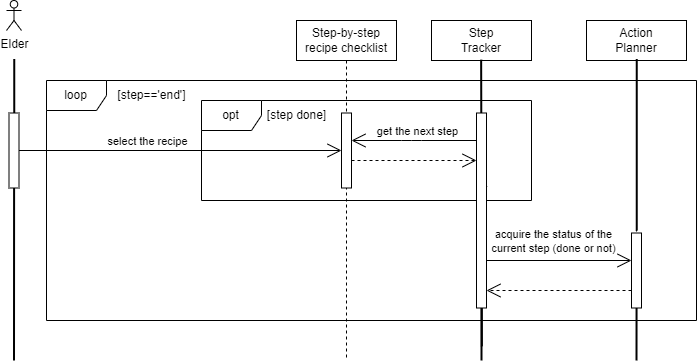
The draw.io diagram src/recipe_tracking/diagrams/sequence_diagram.png in ignithor/Assignment_Cogar_Group_C, before a commit. Source tidied: cells renumbered, new cells last; positions are measured from the earlier drawing's top-left corner, leaving out a move shared by most shapes.
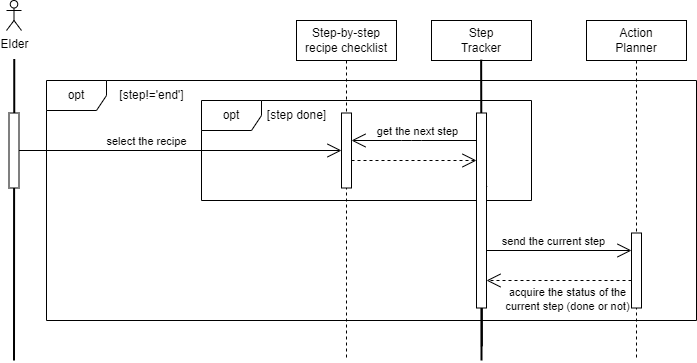
After the change.

Commit message:
fix: recipe_tracking/fix sequence diagram.

Change to the diagram source:
```diff
@@ -2,10 +2,10 @@
   <root>
     <mxCell id="0" />
     <mxCell id="1" parent="0" />
-    <mxCell id="2" value="loop" style="shape=umlFrame;whiteSpace=wrap;html=1;" parent="1" vertex="1">
+    <mxCell id="2" value="opt" style="shape=umlFrame;whiteSpace=wrap;html=1;" parent="1" vertex="1">
       <mxGeometry x="40" y="80" width="650" height="240" as="geometry" />
     </mxCell>
-    <mxCell id="3" value="[step=='end']" style="text;html=1;align=center;verticalAlign=middle;strokeColor=none;fillColor=none;" parent="1" vertex="1">
+    <mxCell id="3" value="[step!='end']" style="text;html=1;align=center;verticalAlign=middle;strokeColor=none;fillColor=none;" parent="1" vertex="1">
       <mxGeometry x="100" y="80" width="90" height="30" as="geometry" />
     </mxCell>
     <mxCell id="4" value="opt" style="shape=umlFrame;whiteSpace=wrap;html=1;" parent="1" vertex="1">
@@ -38,22 +38,23 @@
         <mxPoint x="475.4" y="345.8" as="targetPoint" />
       </mxGeometry>
     </mxCell>
-    <mxCell id="12" style="endArrow=open;endSize=12;dashed=1;html=1;" parent="1" edge="1" source="21">
+    <mxCell id="12" style="endArrow=open;endSize=12;dashed=1;html=1;" parent="1" edge="1">
       <mxGeometry relative="1" as="geometry">
-        <mxPoint x="480" y="290" as="targetPoint" />
+        <mxPoint x="625" y="280" as="sourcePoint" />
+        <mxPoint x="480" y="280" as="targetPoint" />
       </mxGeometry>
     </mxCell>
+    <mxCell id="30" value="&lt;span style=&quot;color: rgb(0, 0, 0);&quot;&gt;acquire the status of&amp;nbsp;&lt;/span&gt;&lt;span style=&quot;background-color: light-dark(#ffffff, var(--ge-dark-color, #121212));&quot;&gt;the&lt;/span&gt;&lt;div&gt;&lt;span style=&quot;background-color: light-dark(#ffffff, var(--ge-dark-color, #121212));&quot;&gt;current step (done or not)&lt;/span&gt;&lt;/div&gt;" style="edgeLabel;html=1;align=center;verticalAlign=middle;" parent="12" vertex="1">
+      <mxGeometry x="0.48" y="-2" relative="1" as="geometry">
+        <mxPoint x="42" y="20" as="offset" />
+      </mxGeometry>
+    </mxCell>
     <mxCell id="13" style="endArrow=open;endSize=12;dashed=1;html=1;" parent="1" edge="1">
       <mxGeometry relative="1" as="geometry">
         <mxPoint x="345" y="160" as="sourcePoint" />
         <mxPoint x="470" y="160" as="targetPoint" />
       </mxGeometry>
     </mxCell>
-    <mxCell id="14" style="endArrow=none;startArrow=none;endFill=0;startFill=0;endSize=8;html=1;verticalAlign=bottom;labelBackgroundColor=none;strokeWidth=2;exitX=0.513;exitY=0.154;exitDx=0;exitDy=0;exitPerimeter=0;" parent="1" edge="1" source="21">
-      <mxGeometry relative="1" as="geometry">
-        <mxPoint x="630" y="360" as="targetPoint" />
-      </mxGeometry>
-    </mxCell>
     <mxCell id="15" style="html=1;verticalAlign=bottom;endArrow=block;curved=0;rounded=0;exitX=0.851;exitY=0.14;exitDx=0;exitDy=0;exitPerimeter=0;fontStyle=1;" parent="1" edge="1" target="16">
       <mxGeometry relative="1" as="geometry">
         <mxPoint x="476.8" y="198.8" as="sourcePoint" />
@@ -62,12 +63,6 @@
     <mxCell id="16" style="html=1;points=[[0,0,0,0,5],[0,1,0,0,-5],[1,0,0,0,5],[1,1,0,0,-5]];perimeter=orthogonalPerimeter;outlineConnect=0;targetShapes=umlLifeline;portConstraint=eastwest;newEdgeStyle={&quot;curved&quot;:0,&quot;rounded&quot;:0};" parent="1" vertex="1">
       <mxGeometry x="470" y="112.5" width="10" height="195" as="geometry" />
     </mxCell>
-    <mxCell id="17" style="endArrow=none;startArrow=none;endFill=0;startFill=0;endSize=8;html=1;verticalAlign=bottom;labelBackgroundColor=none;strokeWidth=2;exitX=0.513;exitY=0.154;exitDx=0;exitDy=0;exitPerimeter=0;" parent="1" edge="1">
-      <mxGeometry relative="1" as="geometry">
-        <mxPoint x="630.2" y="58.5" as="sourcePoint" />
-        <mxPoint x="630.2" y="230" as="targetPoint" />
-      </mxGeometry>
-    </mxCell>
     <mxCell id="18" style="endArrow=open;endFill=1;endSize=12;html=1;" parent="1" edge="1" target="8">
       <mxGeometry relative="1" as="geometry">
         <mxPoint x="470" y="140" as="sourcePoint" />
@@ -89,14 +84,15 @@
     <mxCell id="21" style="html=1;points=[[0,0,0,0,5],[0,1,0,0,-5],[1,0,0,0,5],[1,1,0,0,-5]];perimeter=orthogonalPerimeter;outlineConnect=0;targetShapes=umlLifeline;portConstraint=eastwest;newEdgeStyle={&quot;curved&quot;:0,&quot;rounded&quot;:0};" parent="1" vertex="1">
       <mxGeometry x="625" y="232.5" width="10" height="75" as="geometry" />
     </mxCell>
-    <mxCell id="22" style="endArrow=open;endFill=1;endSize=12;html=1;" parent="1" edge="1" target="21">
+    <mxCell id="22" style="endArrow=open;endFill=1;endSize=12;html=1;" parent="1" edge="1">
       <mxGeometry relative="1" as="geometry">
-        <mxPoint x="480" y="260" as="sourcePoint" />
+        <mxPoint x="480" y="250" as="sourcePoint" />
+        <mxPoint x="625" y="250" as="targetPoint" />
       </mxGeometry>
     </mxCell>
-    <mxCell id="23" value="&lt;span style=&quot;color: rgb(0, 0, 0);&quot;&gt;acquire the status of&amp;nbsp;&lt;/span&gt;&lt;span style=&quot;background-color: light-dark(#ffffff, var(--ge-dark-color, #121212));&quot;&gt;the&lt;/span&gt;&lt;div&gt;&lt;span style=&quot;background-color: light-dark(#ffffff, var(--ge-dark-color, #121212));&quot;&gt;current step (done or not)&lt;/span&gt;&lt;/div&gt;" style="edgeLabel;html=1;align=center;verticalAlign=middle;" parent="22" vertex="1">
+    <mxCell id="23" value="send the current step" style="edgeLabel;html=1;align=center;verticalAlign=middle;" parent="22" vertex="1">
       <mxGeometry x="-0.3" y="2" relative="1" as="geometry">
-        <mxPoint x="15" y="-18" as="offset" />
+        <mxPoint x="15" y="-8" as="offset" />
       </mxGeometry>
     </mxCell>
     <mxCell id="24" style="endArrow=none;startArrow=none;endFill=0;startFill=0;endSize=8;html=1;verticalAlign=bottom;labelBackgroundColor=none;strokeWidth=2;exitX=0.513;exitY=0.154;exitDx=0;exitDy=0;exitPerimeter=0;" parent="1" edge="1" source="26">
```
